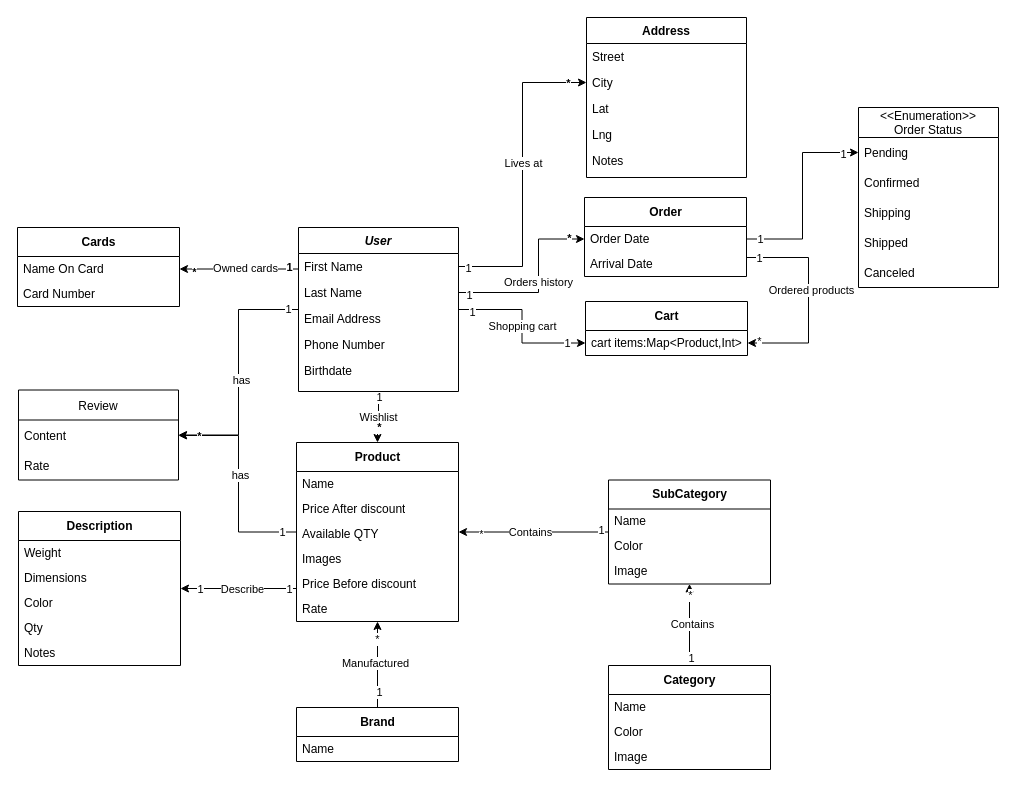
Before: Taswaq Class diagram.drawio in eng-mohamedalmahdy/Tswaq-documentations, a draw.io diagram. Source tidied: cells renumbered, new cells numbered last; positions are measured from the earlier drawing's top-left corner, leaving out a move shared by most shapes. Both pictures are drawn from the tidied source at 100%, with x=0, y=0 at pixel (17, 17).
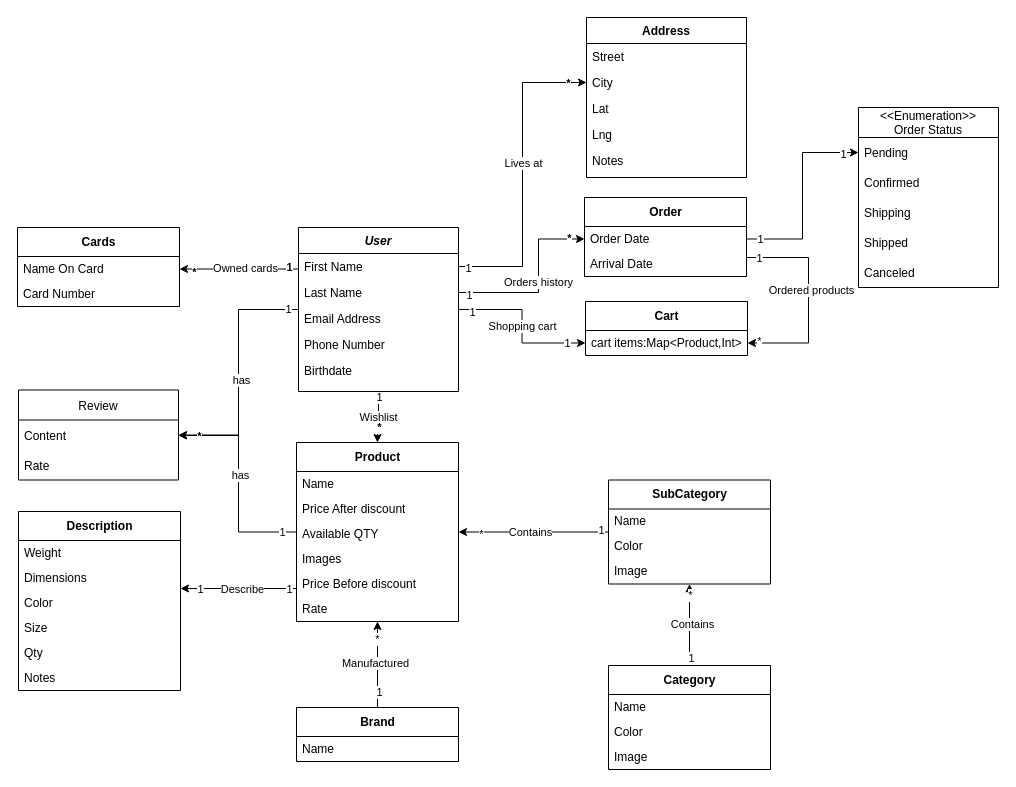
Above is the later version.

Commit message:
Added size to description

What changed in the source:
```diff
@@
     <mxCell id="84" value="Description" style="swimlane;fontStyle=1;align=center;verticalAlign=middle;horizontal=1;startSize=29;html=1;" parent="1" vertex="1">
-      <mxGeometry x="1" y="494" width="162" height="154" as="geometry" />
+      <mxGeometry x="1" y="494" width="162" height="179" as="geometry" />
     </mxCell>
@@
+    <mxCell id="101" value="Size" style="text;html=1;strokeColor=none;fillColor=none;align=left;verticalAlign=middle;spacingLeft=4;spacingRight=4;overflow=hidden;" parent="84" vertex="1">
+      <mxGeometry y="104" width="162" height="25" as="geometry" />
+    </mxCell>
     <mxCell id="88" value="Qty" style="text;html=1;strokeColor=none;fillColor=none;align=left;verticalAlign=middle;spacingLeft=4;spacingRight=4;overflow=hidden;" parent="84" vertex="1">
-      <mxGeometry y="104" width="162" height="25" as="geometry" />
+      <mxGeometry y="129" width="162" height="25" as="geometry" />
     </mxCell>
     <mxCell id="89" value="Notes" style="text;html=1;strokeColor=none;fillColor=none;align=left;verticalAlign=middle;spacingLeft=4;spacingRight=4;overflow=hidden;" parent="84" vertex="1">
-      <mxGeometry y="129" width="162" height="25" as="geometry" />
+      <mxGeometry y="154" width="162" height="25" as="geometry" />
     </mxCell>
```
